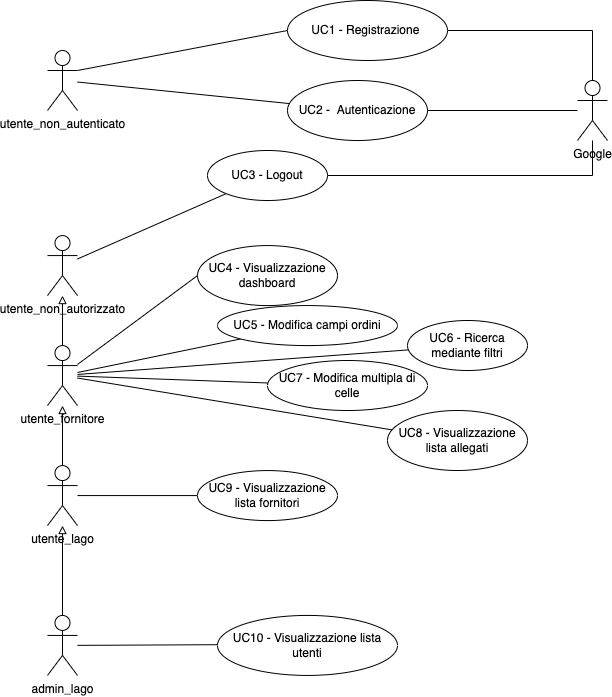
Earlier version of the draw.io export immagini/usecase/main-scenario.png (br3sc4/Thesis-template). Source tidied: cells renumbered, new cells last; positions are measured from the earlier drawing's top-left corner, leaving out a move shared by most shapes.
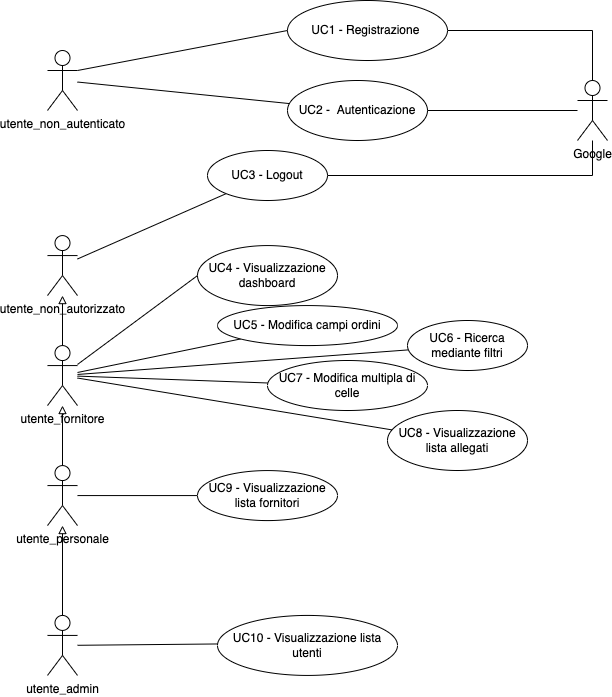
The same file after the commit.

What changed in the source:
```diff
@@ -8,7 +8,7 @@
     <mxCell id="3" style="edgeStyle=none;rounded=0;jettySize=auto;html=1;startArrow=none;startFill=0;endArrow=none;endFill=0;entryX=0;entryY=0.5;entryDx=0;entryDy=0;" parent="1" edge="1" source="4" target="24">
       <mxGeometry relative="1" as="geometry" />
     </mxCell>
-    <mxCell id="4" value="utente_lago" style="shape=umlActor;verticalLabelPosition=bottom;verticalAlign=top;html=1;outlineConnect=0;" parent="1" vertex="1">
+    <mxCell id="4" value="utente_personale" style="shape=umlActor;verticalLabelPosition=bottom;verticalAlign=top;html=1;outlineConnect=0;" parent="1" vertex="1">
       <mxGeometry y="465.1" width="30" height="60" as="geometry" />
     </mxCell>
     <mxCell id="5" style="edgeStyle=orthogonalEdgeStyle;rounded=0;jettySize=auto;html=1;exitX=1;exitY=0.5;exitDx=0;exitDy=0;entryX=0.5;entryY=0;entryDx=0;entryDy=0;entryPerimeter=0;startArrow=none;startFill=0;endArrow=none;endFill=0;" parent="1" edge="1" source="6" target="8">
@@ -92,7 +92,7 @@
     <mxCell id="31" style="rounded=0;jettySize=auto;html=1;endArrow=none;endFill=0;" parent="1" edge="1" source="32" target="33">
       <mxGeometry relative="1" as="geometry" />
     </mxCell>
-    <mxCell id="32" value="admin_lago" style="shape=umlActor;verticalLabelPosition=bottom;verticalAlign=top;html=1;outlineConnect=0;" parent="1" vertex="1">
+    <mxCell id="32" value="utente_admin" style="shape=umlActor;verticalLabelPosition=bottom;verticalAlign=top;html=1;outlineConnect=0;" parent="1" vertex="1">
       <mxGeometry y="614.9" width="30" height="60" as="geometry" />
     </mxCell>
     <mxCell id="33" value="UC10 - Visualizzazione lista utenti" style="ellipse;whiteSpace=wrap;html=1;verticalAlign=middle;" parent="1" vertex="1">
```
